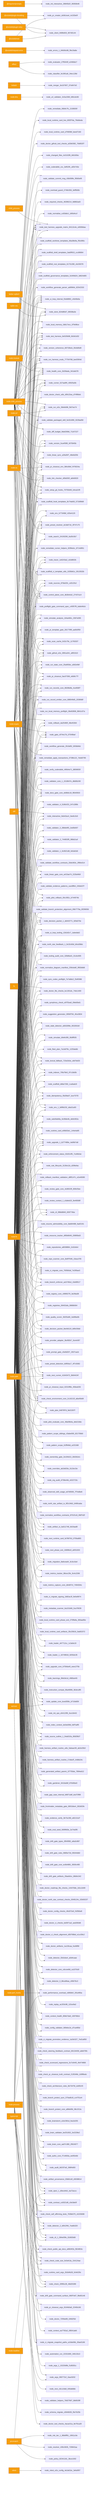
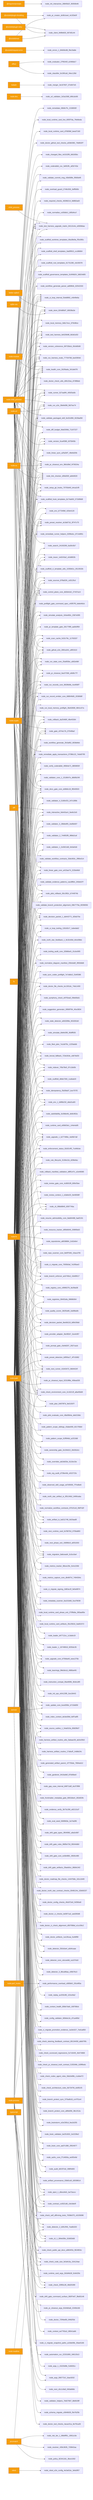
graph LR
  ext_inquirer_prompts_4d547149["@inquirer/prompts"] --> node_init_interactive_28845b2f_39350b46
  ext_octokit_plugin_retry_c9aecc53["@octokit/plugin-retry"] --> node_client_948fe603_907d5144
  ext_octokit_plugin_throttling_7909ece3["@octokit/plugin-throttling"] --> node_client_948fe603_907d5144
  ext_octokit_plugin_throttling_7909ece3["@octokit/plugin-throttling"] --> node_pr_creator_dc6b1ea4_4c333e0f
  ext_octokit_request_error_98ae13cc["@octokit/request-error"] --> node_errors_1_84b56c88_f9e19a8e
  ext_octokit_rest_c6e4d192["@octokit/rest"] --> node_client_948fe603_907d5144
  ext_octokit_rest_c6e4d192["@octokit/rest"] --> node_pr_creator_dc6b1ea4_4c333e0f
  ext_better_sqlite3_d7ed8f1a["better-sqlite3"] --> node_store_824d80d7_69038a3e
  ext_child_process_4845fa97["child_process"] --> node_test_harness_upgrade_matrix_84113c4e_e0838daa
  ext_diff_75a0ee1b["diff"] --> node_interactive_0eb42ac4_3ee6c3c6
  ext_effect_68d1dae1["effect"] --> node_classifier_fe1991a9_34ec128d
  ext_effect_68d1dae1["effect"] --> node_evaluator_27f6343f_e2466dc7
  ext_fs_3f4bb586["fs"] --> node_doctor_file_checks_bc1301dc_74dc1400
  ext_lodash_901466a5["lodash"] --> node_merger_3e167607_07e847e5
  ext_node_child_process_f62b7d19["node:child_process"] --> node_branch_enforcer_acb749cd_10e89517
  ext_node_child_process_f62b7d19["node:child_process"] --> node_changed_files_4c0102f6_bfd165bc
  ext_node_child_process_f62b7d19["node:child_process"] --> node_check_environment_core_2c16213f_a8a456d9
  ext_node_child_process_f62b7d19["node:child_process"] --> node_ci_migrate_core_7005b5af_7e295ae3
  ext_node_child_process_f62b7d19["node:child_process"] --> node_control_plane_core_db3b4cb2_27437a14
  ext_node_child_process_f62b7d19["node:child_process"] --> node_diff_budget_9da0268d_71167227
  ext_node_child_process_f62b7d19["node:child_process"] --> node_docs_gate_core_eb9b6c18_f8540503
  ext_node_child_process_f62b7d19["node:child_process"] --> node_doctor_check_utils_d0fc22ea_d74f86eb
  ext_node_child_process_f62b7d19["node:child_process"] --> node_doctor_github_tool_checks_a53b0382_76d832f7
  ext_node_child_process_f62b7d19["node:child_process"] --> node_github_e2e_2891a341_af6f1610
  ext_node_child_process_f62b7d19["node:child_process"] --> node_health_core_2b2fdada_341de678
  ext_node_child_process_f62b7d19["node:child_process"] --> node_linear_gate_core_a415ae74_222bd4b9
  ext_node_child_process_f62b7d19["node:child_process"] --> node_link_checker_d0fa555f_abfe9020
  ext_node_child_process_f62b7d19["node:child_process"] --> node_local_memory_0db17ecc_97fe98ce
  ext_node_child_process_f62b7d19["node:child_process"] --> node_local_runtime_card_d7fd59bf_beed7160
  ext_node_child_process_f62b7d19["node:child_process"] --> node_local_runtime_card_live_65f2f7da_7feb6eda
  ext_node_child_process_f62b7d19["node:child_process"] --> node_next_runner_41643472_9b94424f
  ext_node_child_process_f62b7d19["node:child_process"] --> node_pr_closeout_0ac07306_e8d9c77f
  ext_node_child_process_f62b7d19["node:child_process"] --> node_pr_closeout_env_9bfcd9ef_f476024a
  ext_node_child_process_f62b7d19["node:child_process"] --> node_remediate_06b9c7fc_2158505f
  ext_node_child_process_f62b7d19["node:child_process"] --> node_run_e2e_39efe696_fb07ee74
  ext_node_child_process_f62b7d19["node:child_process"] --> node_run_harness_evals_77704768_ba42904d
  ext_node_child_process_f62b7d19["node:child_process"] --> node_runner_527aa9f4_40925a5b
  ext_node_child_process_f62b7d19["node:child_process"] --> node_scaffold_hook_templates_8c74ab50_572d99d9
  ext_node_child_process_f62b7d19["node:child_process"] --> node_search_24193290_6a30c5b7
  ext_node_child_process_f62b7d19["node:child_process"] --> node_setup_git_hooks_70750d40_b4ca2cf9
  ext_node_child_process_f62b7d19["node:child_process"] --> node_test_harness_6e520b98_6b3d1d32
  ext_node_child_process_f62b7d19["node:child_process"] --> node_test_harness_upgrade_matrix_84113c4e_e0838daa
  ext_node_child_process_f62b7d19["node:child_process"] --> node_ui_loop_internal_f2eb8892_c4b49e6a
  ext_node_child_process_f62b7d19["node:child_process"] --> node_validate_commit_msg_43b008fe_f9560ef9
  ext_node_child_process_f62b7d19["node:child_process"] --> node_validate_packaged_skill_5e32c890_9228ad58
  ext_node_child_process_f62b7d19["node:child_process"] --> node_version_coherence_69733bcb_00c8d5d9
  ext_node_crypto_c7dfc512["node:crypto"] --> node_artifact_io_ba511748_6d1faad8
  ext_node_crypto_c7dfc512["node:crypto"] --> node_check_environment_core_2c16213f_a8a456d9
  ext_node_crypto_c7dfc512["node:crypto"] --> node_ci_migrate_signing_2d82ac3f_9e5e8974
  ext_node_crypto_c7dfc512["node:crypto"] --> node_control_plane_core_db3b4cb2_27437a14
  ext_node_crypto_c7dfc512["node:crypto"] --> node_decision_packet_1_dd443771_92fa570e
  ext_node_crypto_c7dfc512["node:crypto"] --> node_decision_packet_8ee9d119_b89c59dd
  ext_node_crypto_c7dfc512["node:crypto"] --> node_docs_gate_core_eb9b6c18_f8540503
  ext_node_crypto_c7dfc512["node:crypto"] --> node_enforcement_status_92d314f5_7cd48cbe
  ext_node_crypto_c7dfc512["node:crypto"] --> node_env_b77349bf_420e4120
  ext_node_crypto_c7dfc512["node:crypto"] --> node_gate_c974e17b_07549baf
  ext_node_crypto_c7dfc512["node:crypto"] --> node_idempotency_f5d39a07_bce757f2
  ext_node_crypto_c7dfc512["node:crypto"] --> node_indexer_70fa78e5_97c1bb0b
  ext_node_crypto_c7dfc512["node:crypto"] --> node_lexical_fallback_723e2b3e_cdb7bd33
  ext_node_crypto_c7dfc512["node:crypto"] --> node_linear_sync_a2fa2bf7_48e6d20b
  ext_node_crypto_c7dfc512["node:crypto"] --> node_link_checker_d0fa555f_abfe9020
  ext_node_crypto_c7dfc512["node:crypto"] --> node_migration_8a6cead4_3c3cc0a4
  ext_node_crypto_c7dfc512["node:crypto"] --> node_normalise_cc83ddc1_b95d4ccf
  ext_node_crypto_c7dfc512["node:crypto"] --> node_normalize_diagram_manifest_259cbddf_3f92b8d6
  ext_node_crypto_c7dfc512["node:crypto"] --> node_north_star_feedback_1_9c32c60d_b0cd38dc
  ext_node_crypto_c7dfc512["node:crypto"] --> node_pilot_rollback_00c1f82c_b744974b
  ext_node_crypto_c7dfc512["node:crypto"] --> node_preset_resolver_dc3dd716_3f747c75
  ext_node_crypto_c7dfc512["node:crypto"] --> node_remediate_apply_transactions_0738b122_7ebd0795
  ext_node_crypto_c7dfc512["node:crypto"] --> node_required_checks_46396214_9d882ad3
  ext_node_crypto_c7dfc512["node:crypto"] --> node_rollback_da25480f_48e45364
  ext_node_crypto_c7dfc512["node:crypto"] --> node_run_record_emitter_core_688049d5_2036fd6f
  ext_node_crypto_c7dfc512["node:crypto"] --> node_run_records_core_89286dfa_4ce958f7
  ext_node_crypto_c7dfc512["node:crypto"] --> node_run_state_core_25a955bc_a562e9bf
  ext_node_crypto_c7dfc512["node:crypto"] --> node_scan_cache_fc02c79c_11793337
  ext_node_crypto_c7dfc512["node:crypto"] --> node_simulate_analysis_164a460c_2367e095
  ext_node_crypto_c7dfc512["node:crypto"] --> node_sources_878a52fc_cd312fcd
  ext_node_crypto_c7dfc512["node:crypto"] --> node_test_harness_upgrade_matrix_84113c4e_e0838daa
  ext_node_crypto_c7dfc512["node:crypto"] --> node_tracer_1e6243a2_cb3d802b
  ext_node_crypto_c7dfc512["node:crypto"] --> node_ui_loop_internal_f2eb8892_c4b49e6a
  ext_node_crypto_c7dfc512["node:crypto"] --> node_upgrade_1_b277486e_4a06b7a8
  ext_node_dns_828a0bbf["node:dns"] --> node_url_validator_3c5a1568_b9b1dc66
  ext_node_fs_a15b7d96["node:fs"] --> node_artifact_io_ba511748_6d1faad8
  ext_node_fs_a15b7d96["node:fs"] --> node_artifact_provenance_03b81cbf_d3038614
  ext_node_fs_a15b7d96["node:fs"] --> node_audit_b81f37a0_398f4d93
  ext_node_fs_a15b7d96["node:fs"] --> node_authz_core_f714650a_ee0f2e9d
  ext_node_fs_a15b7d96["node:fs"] --> node_brain_core_aa07c380_2f924977
  ext_node_fs_a15b7d96["node:fs"] --> node_brain_validator_be251832_2e2228e2
  ext_node_fs_a15b7d96["node:fs"] --> node_brainstorm_e2e2381d_fea1b255
  ext_node_fs_a15b7d96["node:fs"] --> node_branch_enforcer_acb749cd_10e89517
  ext_node_fs_a15b7d96["node:fs"] --> node_branch_protect_core_a8feb0fd_38c1f12a
  ext_node_fs_a15b7d96["node:fs"] --> node_branch_protect_sync_570adb18_cc4751e4
  ext_node_fs_a15b7d96["node:fs"] --> node_check_20f65c28_48d25399
  ext_node_fs_a15b7d96["node:fs"] --> node_check_architecture_rules_6b7347fd_dc8f2cf3
  ext_node_fs_a15b7d96["node:fs"] --> node_check_code_size_9c5efc3a_154124ae
+   ext_node_fs_a15b7d96["node:fs"] --> node_check_codex_agent_roles_5bb2e89b_c1a9a472
  ext_node_fs_a15b7d96["node:fs"] --> node_check_environment_core_2c16213f_a8a456d9
  ext_node_fs_a15b7d96["node:fs"] --> node_check_pr_closeout_truth_contract_f135348c_b39f6edc
  ext_node_fs_a15b7d96["node:fs"] --> node_check_public_api_docs_a9604f1b_f824853c
  ext_node_fs_a15b7d96["node:fs"] --> node_check_scorecard_regressions_5c7c6445_4b474868
  ext_node_fs_a15b7d96["node:fs"] --> node_check_self_affirming_tests_7638e575_c6155698
  ext_node_fs_a15b7d96["node:fs"] --> node_check_steering_feedback_contract_80134459_abb076fc
  ext_node_fs_a15b7d96["node:fs"] --> node_ci_migrate_core_7005b5af_7e295ae3
  ext_node_fs_a15b7d96["node:fs"] --> node_ci_migrate_promotion_evidence_1a2dc527_7ed1a850
  ext_node_fs_a15b7d96["node:fs"] --> node_cli_1_084e05fe_02d92b68
  ext_node_fs_a15b7d96["node:fs"] --> node_cli_99bb8840_659774ba
  ext_node_fs_a15b7d96["node:fs"] --> node_config_validator_669ebc2e_d7ca485d
  ext_node_fs_a15b7d96["node:fs"] --> node_context_health_80bb7da9_169768cb
  ext_node_fs_a15b7d96["node:fs"] --> node_contract_cc8321d6_c0e3de0f
  ext_node_fs_a15b7d96["node:fs"] --> node_control_plane_core_db3b4cb2_27437a14
  ext_node_fs_a15b7d96["node:fs"] --> node_decision_packet_1_dd443771_92fa570e
  ext_node_fs_a15b7d96["node:fs"] --> node_decision_packet_8ee9d119_b89c59dd
  ext_node_fs_a15b7d96["node:fs"] --> node_detector_2_b0fc2f46_7ea6b320
  ext_node_fs_a15b7d96["node:fs"] --> node_detector_3_86ca96aa_c95676c3
  ext_node_fs_a15b7d96["node:fs"] --> node_detector_core_cdccee8d_ca107dc8
  ext_node_fs_a15b7d96["node:fs"] --> node_detector_f2b3cbe4_a0d4caae
  ext_node_fs_a15b7d96["node:fs"] --> node_diff_budget_9da0268d_71167227
  ext_node_fs_a15b7d96["node:fs"] --> node_docs_gate_core_eb9b6c18_f8540503
  ext_node_fs_a15b7d96["node:fs"] --> node_doctor_artifacts_1a126caa_fcefdf99
  ext_node_fs_a15b7d96["node:fs"] --> node_doctor_check_utils_d0fc22ea_d74f86eb
  ext_node_fs_a15b7d96["node:fs"] --> node_doctor_ci_check_alignment_d50768bd_e1cc59c2
  ext_node_fs_a15b7d96["node:fs"] --> node_doctor_ci_checks_bd3971a2_aed260d6
  ext_node_fs_a15b7d96["node:fs"] --> node_doctor_config_checks_49c872e0_f42fb5e8
  ext_node_fs_a15b7d96["node:fs"] --> node_doctor_file_checks_bc1301dc_74dc1400
  ext_node_fs_a15b7d96["node:fs"] --> node_doctor_north_star_contract_checks_0048124c_02b00237
  ext_node_fs_a15b7d96["node:fs"] --> node_doctor_roadmap_file_checks_14447b8e_2d1c2d49
  ext_node_fs_a15b7d96["node:fs"] --> node_drift_gate_artifacts_29aeb0cc_86b9c342
  ext_node_fs_a15b7d96["node:fs"] --> node_drift_gate_core_ec6b4881_9500c485
  ext_node_fs_a15b7d96["node:fs"] --> node_drift_gate_rules_9685e72d_95044db0
  ext_node_fs_a15b7d96["node:fs"] --> node_drift_gate_types_3f045f82_a9a3c987
  ext_node_fs_a15b7d96["node:fs"] --> node_eject_1_d0ecd4d1_ba72accc
  ext_node_fs_a15b7d96["node:fs"] --> node_enforcement_status_92d314f5_7cd48cbe
  ext_node_fs_a15b7d96["node:fs"] --> node_env_1_b6f6b232_dda31a93
  ext_node_fs_a15b7d96["node:fs"] --> node_env_b77349bf_420e4120
  ext_node_fs_a15b7d96["node:fs"] --> node_eval_seed_5699fd3e_2a74a5f6
  ext_node_fs_a15b7d96["node:fs"] --> node_evidence_verify_3b73c290_e82131d7
  ext_node_fs_a15b7d96["node:fs"] --> node_fleet_plan_7a1dd79c_1225abdb
  ext_node_fs_a15b7d96["node:fs"] --> node_frontmatter_metadata_gate_6901bbe4_282d02fe
  ext_node_fs_a15b7d96["node:fs"] --> node_gap_case_internal_b9871ddf_dcd73f98
  ext_node_fs_a15b7d96["node:fs"] --> node_gardener_9416a9df_87b06be0
  ext_node_fs_a15b7d96["node:fs"] --> node_gate_c974e17b_07549baf
  ext_node_fs_a15b7d96["node:fs"] --> node_generated_artifact_parent_1f7755de_7894ed12
  ext_node_fs_a15b7d96["node:fs"] --> node_github_e2e_2891a341_af6f1610
  ext_node_fs_a15b7d96["node:fs"] --> node_harness_artifact_routine_17afacff_14dbb24c
  ext_node_fs_a15b7d96["node:fs"] --> node_harness_artifact_routine_utils_5abaac59_ab2e20b3
  ext_node_fs_a15b7d96["node:fs"] --> node_health_core_2b2fdada_341de678
  ext_node_fs_a15b7d96["node:fs"] --> node_idempotency_f5d39a07_bce757f2
  ext_node_fs_a15b7d96["node:fs"] --> node_index_context_de3ed39d_6df7adf5
  ext_node_fs_a15b7d96["node:fs"] --> node_indexer_70fa78e5_97c1bb0b
  ext_node_fs_a15b7d96["node:fs"] --> node_init_ops_e54123f9_3ce18443
  ext_node_fs_a15b7d96["node:fs"] --> node_instruction_compat_06a469fd_3b3e1df0
  ext_node_fs_a15b7d96["node:fs"] --> node_interactive_0eb42ac4_3ee6c3c6
  ext_node_fs_a15b7d96["node:fs"] --> node_learnings_9feb3e1d_4980a445
  ext_node_fs_a15b7d96["node:fs"] --> node_lexical_fallback_723e2b3e_cdb7bd33
  ext_node_fs_a15b7d96["node:fs"] --> node_linear_gate_core_a415ae74_222bd4b9
  ext_node_fs_a15b7d96["node:fs"] --> node_linear_sync_a2fa2bf7_48e6d20b
  ext_node_fs_a15b7d96["node:fs"] --> node_link_checker_d0fa555f_abfe9020
  ext_node_fs_a15b7d96["node:fs"] --> node_loader_1_16749818_9255dc35
  ext_node_fs_a15b7d96["node:fs"] --> node_loader_d47712cc_1c3a0e19
  ext_node_fs_a15b7d96["node:fs"] --> node_local_memory_0db17ecc_97fe98ce
  ext_node_fs_a15b7d96["node:fs"] --> node_local_runtime_card_artifacts_35c25816_0ad02372
  ext_node_fs_a15b7d96["node:fs"] --> node_local_runtime_card_phase_exit_275ffa9a_383aa95e
  ext_node_fs_a15b7d96["node:fs"] --> node_metadata_scanner_6a101b66_5ca79039
  ext_node_fs_a15b7d96["node:fs"] --> node_metrics_capture_core_db4bf7cf_7494304c
  ext_node_fs_a15b7d96["node:fs"] --> node_metrics_tracker_98cec29c_9c4c2266
  ext_node_fs_a15b7d96["node:fs"] --> node_migration_8a6cead4_3c3cc0a4
  ext_node_fs_a15b7d96["node:fs"] --> node_next_phase_exit_1fd996c9_a5f31003
  ext_node_fs_a15b7d96["node:fs"] --> node_next_runner_41643472_9b94424f
  ext_node_fs_a15b7d96["node:fs"] --> node_next_runtime_card_fa7867b3_0756a883
  ext_node_fs_a15b7d96["node:fs"] --> node_normalize_diagram_manifest_259cbddf_3f92b8d6
  ext_node_fs_a15b7d96["node:fs"] --> node_normalize_workflow_contracts_8701f1c8_0fdf7d2f
  ext_node_fs_a15b7d96["node:fs"] --> node_north_star_artifact_io_9f2c34b2_6490caba
  ext_node_fs_a15b7d96["node:fs"] --> node_north_star_feedback_1_9c32c60d_b0cd38dc
  ext_node_fs_a15b7d96["node:fs"] --> node_observed_skill_usage_ed7d5930_7f7edbe6
  ext_node_fs_a15b7d96["node:fs"] --> node_org_audit_d739e44b_e522723c
  ext_node_fs_a15b7d96["node:fs"] --> node_overrides_ab2dd33e_6115e15e
  ext_node_fs_a15b7d96["node:fs"] --> node_ownership_gate_2e194d13_2b02b2e1
  ext_node_fs_a15b7d96["node:fs"] --> node_pattern_scope_61ff946d_a1f21fd8
  ext_node_fs_a15b7d96["node:fs"] --> node_pattern_scope_siblings_43abe000_821756b0
  ext_node_fs_a15b7d96["node:fs"] --> node_pilot_evaluate_core_48a59b4a_deb218dc
  ext_node_fs_a15b7d96["node:fs"] --> node_pilot_rollback_00c1f82c_b744974b
  ext_node_fs_a15b7d96["node:fs"] --> node_plan_64879f7d_9e01597f
  ext_node_fs_a15b7d96["node:fs"] --> node_pr_closeout_0ac07306_e8d9c77f
  ext_node_fs_a15b7d96["node:fs"] --> node_pr_closeout_env_9bfcd9ef_f476024a
  ext_node_fs_a15b7d96["node:fs"] --> node_pr_closeout_input_02319f8e_456ea535
  ext_node_fs_a15b7d96["node:fs"] --> node_pr_template_gate_281778f9_aa0b3f59
  ext_node_fs_a15b7d96["node:fs"] --> node_preflight_gate_command_spec_c45f57f0_bdeb46cb
  ext_node_fs_a15b7d96["node:fs"] --> node_preset_detection_b0f00a17_4f7c5082
  ext_node_fs_a15b7d96["node:fs"] --> node_preset_resolver_dc3dd716_3f747c75
  ext_node_fs_a15b7d96["node:fs"] --> node_prompt_gate_c5e9d207_2927cacb
  ext_node_fs_a15b7d96["node:fs"] --> node_provider_adapter_3bcf82b7_3ce4cf67
  ext_node_fs_a15b7d96["node:fs"] --> node_quality_scorer_362f2a90_2a086a0b
  ext_node_fs_a15b7d96["node:fs"] --> node_registries_06402afa_0868b564
  ext_node_fs_a15b7d96["node:fs"] --> node_registry_core_c9990279_3e2fda38
  ext_node_fs_a15b7d96["node:fs"] --> node_remediate_apply_transactions_0738b122_7ebd0795
  ext_node_fs_a15b7d96["node:fs"] --> node_remediate_runner_helpers_929fedcc_8714d951
  ext_node_fs_a15b7d96["node:fs"] --> node_repo_scanner_core_8e9f7646_10aca705
  ext_node_fs_a15b7d96["node:fs"] --> node_repositories_a8038884_2c62efe4
  ext_node_fs_a15b7d96["node:fs"] --> node_resource_tracker_d95b6649_20895bd3
  ext_node_fs_a15b7d96["node:fs"] --> node_resume_admissibility_core_8ab84488_faaf2191
  ext_node_fs_a15b7d96["node:fs"] --> node_review_context_1_e3afed15_9e46568f
  ext_node_fs_a15b7d96["node:fs"] --> node_review_gate_core_4c8001f9_809cf3ee
  ext_node_fs_a15b7d96["node:fs"] --> node_rollback_da25480f_48e45364
  ext_node_fs_a15b7d96["node:fs"] --> node_rollback_manifest_validation_d8f5147c_e2e46585
  ext_node_fs_a15b7d96["node:fs"] --> node_rule_lifecycle_3130e11b_d296efac
  ext_node_fs_a15b7d96["node:fs"] --> node_run_e2e_39efe696_fb07ee74
  ext_node_fs_a15b7d96["node:fs"] --> node_run_harness_evals_77704768_ba42904d
  ext_node_fs_a15b7d96["node:fs"] --> node_run_record_emitter_core_688049d5_2036fd6f
  ext_node_fs_a15b7d96["node:fs"] --> node_run_records_core_89286dfa_4ce958f7
  ext_node_fs_a15b7d96["node:fs"] --> node_run_state_core_25a955bc_a562e9bf
  ext_node_fs_a15b7d96["node:fs"] --> node_runner_527aa9f4_40925a5b
  ext_node_fs_a15b7d96["node:fs"] --> node_runtime_card_e06b53e1_144e4a95
  ext_node_fs_a15b7d96["node:fs"] --> node_satisfiability_6c08de4b_de8c902a
  ext_node_fs_a15b7d96["node:fs"] --> node_scaffold_ci_template_utils_1035b61c_0513532b
  ext_node_fs_a15b7d96["node:fs"] --> node_scaffold_db8a7260_1ca6adc9
  ext_node_fs_a15b7d96["node:fs"] --> node_scaffold_governance_templates_5c949d24_3d624d65
  ext_node_fs_a15b7d96["node:fs"] --> node_scaffold_hook_templates_8c74ab50_572d99d9
  ext_node_fs_a15b7d96["node:fs"] --> node_scaffold_root_templates_61731280_c6c59378
  ext_node_fs_a15b7d96["node:fs"] --> node_scaffold_shell_templates_0ad0f915_ccc86664
  ext_node_fs_a15b7d96["node:fs"] --> node_scaffold_worktree_templates_66a38e9a_ff3c085c
  ext_node_fs_a15b7d96["node:fs"] --> node_scan_cache_fc02c79c_11793337
  ext_node_fs_a15b7d96["node:fs"] --> node_setup_git_hooks_70750d40_b4ca2cf9
  ext_node_fs_a15b7d96["node:fs"] --> node_simulate_analysis_164a460c_2367e095
  ext_node_fs_a15b7d96["node:fs"] --> node_simulate_b9efe395_90dff935
  ext_node_fs_a15b7d96["node:fs"] --> node_source_outline_1_54a631fa_8582fb07
  ext_node_fs_a15b7d96["node:fs"] --> node_sources_878a52fc_cd312fcd
  ext_node_fs_a15b7d96["node:fs"] --> node_stale_detector_a563289e_653281b0
  ext_node_fs_a15b7d96["node:fs"] --> node_store_824d80d7_69038a3e
  ext_node_fs_a15b7d96["node:fs"] --> node_suggestion_generator_0956f794_4fce3834
  ext_node_fs_a15b7d96["node:fs"] --> node_symphony_check_e97f2ea0_09eb5bd1
  ext_node_fs_a15b7d96["node:fs"] --> node_sync_codex_preflight_7e7a8dc2_f2ef0386
  ext_node_fs_a15b7d96["node:fs"] --> node_test_harness_6e520b98_6b3d1d32
  ext_node_fs_a15b7d96["node:fs"] --> node_test_harness_upgrade_matrix_84113c4e_e0838daa
  ext_node_fs_a15b7d96["node:fs"] --> node_tooling_audit_core_328d6a41_01cbc905
  ext_node_fs_a15b7d96["node:fs"] --> node_tracer_1e6243a2_cb3d802b
  ext_node_fs_a15b7d96["node:fs"] --> node_ui_loop_internal_f2eb8892_c4b49e6a
  ext_node_fs_a15b7d96["node:fs"] --> node_ui_loop_tooling_12b2d2c7_1abedab2
  ext_node_fs_a15b7d96["node:fs"] --> node_update_core_bced358c_b710dd59
  ext_node_fs_a15b7d96["node:fs"] --> node_upgrade_1_b277486e_4a06b7a8
  ext_node_fs_a15b7d96["node:fs"] --> node_upgrade_core_b759da40_eeec275b
  ext_node_fs_a15b7d96["node:fs"] --> node_validate_branch_protection_alignment_09b7779a_6f299056
  ext_node_fs_a15b7d96["node:fs"] --> node_validate_commit_msg_43b008fe_f9560ef9
  ext_node_fs_a15b7d96["node:fs"] --> node_validate_evidence_patterns_cacd9fb4_240eb37f
  ext_node_fs_a15b7d96["node:fs"] --> node_validate_packaged_skill_5e32c890_9228ad58
  ext_node_fs_a15b7d96["node:fs"] --> node_validate_workflow_contracts_33dc063c_2f80e314
  ext_node_fs_a15b7d96["node:fs"] --> node_validator_1_0c0621d8_0e5afcb6
  ext_node_fs_a15b7d96["node:fs"] --> node_validator_2_744853f5_98bb2caf
  ext_node_fs_a15b7d96["node:fs"] --> node_validator_3_28b6e9f3_2ed5b007
  ext_node_fs_a15b7d96["node:fs"] --> node_validator_4_5180cf23_247c289b
  ext_node_fs_a15b7d96["node:fs"] --> node_validator_core_1_1518647e_d8d0b249
  ext_node_fs_a15b7d96["node:fs"] --> node_verify_coderabbit_490b4e71_8859655f
  ext_node_fs_a15b7d96["node:fs"] --> node_version_5ca4f385_fd75945b
  ext_node_fs_a15b7d96["node:fs"] --> node_version_coherence_69733bcb_00c8d5d9
  ext_node_fs_a15b7d96["node:fs"] --> node_workflow_generate_2fc0af62_803bbfeb
  ext_node_fs_a15b7d96["node:fs"] --> node_workflow_generate_parser_ad69fefe_62542333
  ext_node_module_ca1b42af["node:module"] --> node_health_core_2b2fdada_341de678
  ext_node_os_d93fe73a["node:os"] --> node_env_1_b6f6b232_dda31a93
  ext_node_os_d93fe73a["node:os"] --> node_github_e2e_2891a341_af6f1610
  ext_node_os_d93fe73a["node:os"] --> node_link_checker_d0fa555f_abfe9020
  ext_node_os_d93fe73a["node:os"] --> node_overload_guard_2748c559_3eff560b
  ext_node_os_d93fe73a["node:os"] --> node_performance_overload_c685bfcf_291ef65a
  ext_node_os_d93fe73a["node:os"] --> node_pr_closeout_env_9bfcd9ef_f476024a
  ext_node_os_d93fe73a["node:os"] --> node_runner_527aa9f4_40925a5b
  ext_node_os_d93fe73a["node:os"] --> node_test_harness_6e520b98_6b3d1d32
  ext_node_os_d93fe73a["node:os"] --> node_test_harness_upgrade_matrix_84113c4e_e0838daa
  ext_node_path_78811c13["node:path"] --> node_args_090772cf_1bac9202
  ext_node_path_78811c13["node:path"] --> node_args_1_15220d9b_f1d9281c
  ext_node_path_78811c13["node:path"] --> node_artifact_io_ba511748_6d1faad8
  ext_node_path_78811c13["node:path"] --> node_artifact_provenance_03b81cbf_d3038614
  ext_node_path_78811c13["node:path"] --> node_audit_b81f37a0_398f4d93
  ext_node_path_78811c13["node:path"] --> node_authz_core_f714650a_ee0f2e9d
  ext_node_path_78811c13["node:path"] --> node_automation_run_22331800_346133c3
  ext_node_path_78811c13["node:path"] --> node_brain_core_aa07c380_2f924977
  ext_node_path_78811c13["node:path"] --> node_brain_validator_be251832_2e2228e2
  ext_node_path_78811c13["node:path"] --> node_brainstorm_e2e2381d_fea1b255
  ext_node_path_78811c13["node:path"] --> node_branch_enforcer_acb749cd_10e89517
  ext_node_path_78811c13["node:path"] --> node_branch_protect_core_a8feb0fd_38c1f12a
  ext_node_path_78811c13["node:path"] --> node_branch_protect_sync_570adb18_cc4751e4
  ext_node_path_78811c13["node:path"] --> node_check_20f65c28_48d25399
  ext_node_path_78811c13["node:path"] --> node_check_architecture_rules_6b7347fd_dc8f2cf3
  ext_node_path_78811c13["node:path"] --> node_check_code_size_9c5efc3a_154124ae
+   ext_node_path_78811c13["node:path"] --> node_check_codex_agent_roles_5bb2e89b_c1a9a472
  ext_node_path_78811c13["node:path"] --> node_check_environment_core_2c16213f_a8a456d9
  ext_node_path_78811c13["node:path"] --> node_check_pr_closeout_truth_contract_f135348c_b39f6edc
  ext_node_path_78811c13["node:path"] --> node_check_public_api_docs_a9604f1b_f824853c
  ext_node_path_78811c13["node:path"] --> node_check_scorecard_regressions_5c7c6445_4b474868
  ext_node_path_78811c13["node:path"] --> node_check_self_affirming_tests_7638e575_c6155698
  ext_node_path_78811c13["node:path"] --> node_check_steering_feedback_contract_80134459_abb076fc
  ext_node_path_78811c13["node:path"] --> node_ci_migrate_core_7005b5af_7e295ae3
  ext_node_path_78811c13["node:path"] --> node_ci_migrate_promotion_evidence_1a2dc527_7ed1a850
  ext_node_path_78811c13["node:path"] --> node_ci_migrate_snapshot_paths_a10de06b_30ae5166
  ext_node_path_78811c13["node:path"] --> node_cli_1_084e05fe_02d92b68
  ext_node_path_78811c13["node:path"] --> node_cli_99bb8840_659774ba
  ext_node_path_78811c13["node:path"] --> node_config_validator_669ebc2e_d7ca485d
  ext_node_path_78811c13["node:path"] --> node_context_ea7792a2_08541ab6
  ext_node_path_78811c13["node:path"] --> node_context_health_80bb7da9_169768cb
  ext_node_path_78811c13["node:path"] --> node_contract_cc8321d6_c0e3de0f
  ext_node_path_78811c13["node:path"] --> node_control_plane_core_db3b4cb2_27437a14
  ext_node_path_78811c13["node:path"] --> node_decision_packet_1_dd443771_92fa570e
  ext_node_path_78811c13["node:path"] --> node_decision_packet_8ee9d119_b89c59dd
  ext_node_path_78811c13["node:path"] --> node_detector_2_b0fc2f46_7ea6b320
  ext_node_path_78811c13["node:path"] --> node_detector_3_86ca96aa_c95676c3
  ext_node_path_78811c13["node:path"] --> node_detector_core_cdccee8d_ca107dc8
  ext_node_path_78811c13["node:path"] --> node_detector_f2b3cbe4_a0d4caae
  ext_node_path_78811c13["node:path"] --> node_docs_gate_core_eb9b6c18_f8540503
  ext_node_path_78811c13["node:path"] --> node_doctor_72f4be89_04fd2f3d
  ext_node_path_78811c13["node:path"] --> node_doctor_artifacts_1a126caa_fcefdf99
  ext_node_path_78811c13["node:path"] --> node_doctor_ci_check_alignment_d50768bd_e1cc59c2
  ext_node_path_78811c13["node:path"] --> node_doctor_ci_checks_bd3971a2_aed260d6
  ext_node_path_78811c13["node:path"] --> node_doctor_config_checks_49c872e0_f42fb5e8
  ext_node_path_78811c13["node:path"] --> node_doctor_file_checks_bc1301dc_74dc1400
  ext_node_path_78811c13["node:path"] --> node_doctor_north_star_contract_checks_0048124c_02b00237
  ext_node_path_78811c13["node:path"] --> node_doctor_roadmap_file_checks_14447b8e_2d1c2d49
  ext_node_path_78811c13["node:path"] --> node_drift_gate_artifacts_29aeb0cc_86b9c342
  ext_node_path_78811c13["node:path"] --> node_drift_gate_command_surface_060f7e67_f8e83146
  ext_node_path_78811c13["node:path"] --> node_drift_gate_core_ec6b4881_9500c485
  ext_node_path_78811c13["node:path"] --> node_drift_gate_rules_9685e72d_95044db0
  ext_node_path_78811c13["node:path"] --> node_drift_gate_types_3f045f82_a9a3c987
  ext_node_path_78811c13["node:path"] --> node_eject_1_d0ecd4d1_ba72accc
  ext_node_path_78811c13["node:path"] --> node_enforcement_status_92d314f5_7cd48cbe
  ext_node_path_78811c13["node:path"] --> node_env_1_b6f6b232_dda31a93
  ext_node_path_78811c13["node:path"] --> node_eval_seed_5699fd3e_2a74a5f6
  ext_node_path_78811c13["node:path"] --> node_evidence_verify_3b73c290_e82131d7
  ext_node_path_78811c13["node:path"] --> node_frontmatter_metadata_gate_6901bbe4_282d02fe
  ext_node_path_78811c13["node:path"] --> node_gap_case_internal_b9871ddf_dcd73f98
  ext_node_path_78811c13["node:path"] --> node_gardener_9416a9df_87b06be0
  ext_node_path_78811c13["node:path"] --> node_gate_c974e17b_07549baf
  ext_node_path_78811c13["node:path"] --> node_generated_artifact_parent_1f7755de_7894ed12
  ext_node_path_78811c13["node:path"] --> node_github_e2e_2891a341_af6f1610
  ext_node_path_78811c13["node:path"] --> node_harness_artifact_routine_17afacff_14dbb24c
  ext_node_path_78811c13["node:path"] --> node_harness_artifact_routine_utils_5abaac59_ab2e20b3
  ext_node_path_78811c13["node:path"] --> node_health_core_2b2fdada_341de678
  ext_node_path_78811c13["node:path"] --> node_idempotency_f5d39a07_bce757f2
  ext_node_path_78811c13["node:path"] --> node_index_context_de3ed39d_6df7adf5
  ext_node_path_78811c13["node:path"] --> node_indexer_70fa78e5_97c1bb0b
  ext_node_path_78811c13["node:path"] --> node_init_ops_e54123f9_3ce18443
  ext_node_path_78811c13["node:path"] --> node_instruction_compat_06a469fd_3b3e1df0
  ext_node_path_78811c13["node:path"] --> node_interactive_0eb42ac4_3ee6c3c6
  ext_node_path_78811c13["node:path"] --> node_learnings_9feb3e1d_4980a445
  ext_node_path_78811c13["node:path"] --> node_lexical_fallback_723e2b3e_cdb7bd33
  ext_node_path_78811c13["node:path"] --> node_linear_gate_core_a415ae74_222bd4b9
  ext_node_path_78811c13["node:path"] --> node_link_checker_d0fa555f_abfe9020
  ext_node_path_78811c13["node:path"] --> node_loader_1_16749818_9255dc35
  ext_node_path_78811c13["node:path"] --> node_loader_d47712cc_1c3a0e19
  ext_node_path_78811c13["node:path"] --> node_local_runtime_card_artifacts_35c25816_0ad02372
  ext_node_path_78811c13["node:path"] --> node_local_runtime_card_phase_exit_275ffa9a_383aa95e
  ext_node_path_78811c13["node:path"] --> node_metadata_scanner_6a101b66_5ca79039
  ext_node_path_78811c13["node:path"] --> node_metrics_capture_core_db4bf7cf_7494304c
  ext_node_path_78811c13["node:path"] --> node_metrics_tracker_98cec29c_9c4c2266
  ext_node_path_78811c13["node:path"] --> node_migration_8a6cead4_3c3cc0a4
  ext_node_path_78811c13["node:path"] --> node_next_phase_exit_1fd996c9_a5f31003
  ext_node_path_78811c13["node:path"] --> node_next_runner_41643472_9b94424f
  ext_node_path_78811c13["node:path"] --> node_next_runtime_card_fa7867b3_0756a883
  ext_node_path_78811c13["node:path"] --> node_normalize_diagram_manifest_259cbddf_3f92b8d6
  ext_node_path_78811c13["node:path"] --> node_normalize_workflow_contracts_8701f1c8_0fdf7d2f
  ext_node_path_78811c13["node:path"] --> node_north_star_artifact_io_9f2c34b2_6490caba
  ext_node_path_78811c13["node:path"] --> node_north_star_feedback_1_9c32c60d_b0cd38dc
  ext_node_path_78811c13["node:path"] --> node_observed_skill_usage_ed7d5930_7f7edbe6
  ext_node_path_78811c13["node:path"] --> node_org_audit_d739e44b_e522723c
  ext_node_path_78811c13["node:path"] --> node_overrides_ab2dd33e_6115e15e
  ext_node_path_78811c13["node:path"] --> node_ownership_gate_2e194d13_2b02b2e1
  ext_node_path_78811c13["node:path"] --> node_pattern_scope_61ff946d_a1f21fd8
  ext_node_path_78811c13["node:path"] --> node_pattern_scope_siblings_43abe000_821756b0
  ext_node_path_78811c13["node:path"] --> node_pilot_evaluate_core_48a59b4a_deb218dc
  ext_node_path_78811c13["node:path"] --> node_pilot_rollback_00c1f82c_b744974b
  ext_node_path_78811c13["node:path"] --> node_plan_64879f7d_9e01597f
  ext_node_path_78811c13["node:path"] --> node_pr_closeout_0ac07306_e8d9c77f
  ext_node_path_78811c13["node:path"] --> node_pr_closeout_args_8164b0a8_2240b166
  ext_node_path_78811c13["node:path"] --> node_pr_closeout_env_9bfcd9ef_f476024a
  ext_node_path_78811c13["node:path"] --> node_pr_closeout_input_02319f8e_456ea535
  ext_node_path_78811c13["node:path"] --> node_preset_detection_b0f00a17_4f7c5082
  ext_node_path_78811c13["node:path"] --> node_preset_resolver_dc3dd716_3f747c75
  ext_node_path_78811c13["node:path"] --> node_prompt_gate_c5e9d207_2927cacb
  ext_node_path_78811c13["node:path"] --> node_provider_adapter_3bcf82b7_3ce4cf67
  ext_node_path_78811c13["node:path"] --> node_quality_scorer_362f2a90_2a086a0b
  ext_node_path_78811c13["node:path"] --> node_registries_06402afa_0868b564
  ext_node_path_78811c13["node:path"] --> node_registry_core_c9990279_3e2fda38
  ext_node_path_78811c13["node:path"] --> node_remediate_apply_transactions_0738b122_7ebd0795
  ext_node_path_78811c13["node:path"] --> node_replay_ac203c98_115ce9a2
  ext_node_path_78811c13["node:path"] --> node_repo_scanner_core_8e9f7646_10aca705
  ext_node_path_78811c13["node:path"] --> node_repositories_a8038884_2c62efe4
  ext_node_path_78811c13["node:path"] --> node_resource_tracker_d95b6649_20895bd3
  ext_node_path_78811c13["node:path"] --> node_resume_admissibility_core_8ab84488_faaf2191
  ext_node_path_78811c13["node:path"] --> node_review_context_1_e3afed15_9e46568f
  ext_node_path_78811c13["node:path"] --> node_review_gate_core_4c8001f9_809cf3ee
  ext_node_path_78811c13["node:path"] --> node_rollback_da25480f_48e45364
  ext_node_path_78811c13["node:path"] --> node_rollback_manifest_validation_d8f5147c_e2e46585
  ext_node_path_78811c13["node:path"] --> node_rule_lifecycle_3130e11b_d296efac
  ext_node_path_78811c13["node:path"] --> node_run_e2e_39efe696_fb07ee74
  ext_node_path_78811c13["node:path"] --> node_run_harness_evals_77704768_ba42904d
  ext_node_path_78811c13["node:path"] --> node_run_local_memory_preflight_36e92808_9841c57a
  ext_node_path_78811c13["node:path"] --> node_run_record_emitter_core_688049d5_2036fd6f
  ext_node_path_78811c13["node:path"] --> node_run_records_core_89286dfa_4ce958f7
  ext_node_path_78811c13["node:path"] --> node_run_state_core_25a955bc_a562e9bf
  ext_node_path_78811c13["node:path"] --> node_runner_527aa9f4_40925a5b
  ext_node_path_78811c13["node:path"] --> node_runtime_card_args_2b3d4b28_5cfe029c
  ext_node_path_78811c13["node:path"] --> node_runtime_card_e06b53e1_144e4a95
  ext_node_path_78811c13["node:path"] --> node_satisfiability_6c08de4b_de8c902a
  ext_node_path_78811c13["node:path"] --> node_scaffold_ci_template_utils_1035b61c_0513532b
  ext_node_path_78811c13["node:path"] --> node_scaffold_db8a7260_1ca6adc9
  ext_node_path_78811c13["node:path"] --> node_scaffold_hook_templates_8c74ab50_572d99d9
  ext_node_path_78811c13["node:path"] --> node_scan_cache_fc02c79c_11793337
  ext_node_path_78811c13["node:path"] --> node_search_24193290_6a30c5b7
  ext_node_path_78811c13["node:path"] --> node_setup_git_hooks_70750d40_b4ca2cf9
  ext_node_path_78811c13["node:path"] --> node_simulate_analysis_164a460c_2367e095
  ext_node_path_78811c13["node:path"] --> node_simulate_b9efe395_90dff935
  ext_node_path_78811c13["node:path"] --> node_source_outline_1_54a631fa_8582fb07
  ext_node_path_78811c13["node:path"] --> node_sources_878a52fc_cd312fcd
  ext_node_path_78811c13["node:path"] --> node_stale_detector_a563289e_653281b0
  ext_node_path_78811c13["node:path"] --> node_store_824d80d7_69038a3e
  ext_node_path_78811c13["node:path"] --> node_suggestion_generator_0956f794_4fce3834
  ext_node_path_78811c13["node:path"] --> node_symphony_check_e97f2ea0_09eb5bd1
  ext_node_path_78811c13["node:path"] --> node_sync_codex_preflight_7e7a8dc2_f2ef0386
  ext_node_path_78811c13["node:path"] --> node_test_harness_6e520b98_6b3d1d32
  ext_node_path_78811c13["node:path"] --> node_test_harness_upgrade_matrix_84113c4e_e0838daa
  ext_node_path_78811c13["node:path"] --> node_tooling_audit_core_328d6a41_01cbc905
  ext_node_path_78811c13["node:path"] --> node_tracer_1e6243a2_cb3d802b
  ext_node_path_78811c13["node:path"] --> node_ui_loop_internal_f2eb8892_c4b49e6a
  ext_node_path_78811c13["node:path"] --> node_ui_loop_tooling_12b2d2c7_1abedab2
  ext_node_path_78811c13["node:path"] --> node_update_core_bced358c_b710dd59
  ext_node_path_78811c13["node:path"] --> node_upgrade_1_b277486e_4a06b7a8
  ext_node_path_78811c13["node:path"] --> node_upgrade_core_b759da40_eeec275b
  ext_node_path_78811c13["node:path"] --> node_validate_branch_protection_alignment_09b7779a_6f299056
  ext_node_path_78811c13["node:path"] --> node_validate_evidence_patterns_cacd9fb4_240eb37f
  ext_node_path_78811c13["node:path"] --> node_validate_packaged_skill_5e32c890_9228ad58
  ext_node_path_78811c13["node:path"] --> node_validate_workflow_contracts_33dc063c_2f80e314
  ext_node_path_78811c13["node:path"] --> node_validator_1_0c0621d8_0e5afcb6
  ext_node_path_78811c13["node:path"] --> node_validator_2_744853f5_98bb2caf
  ext_node_path_78811c13["node:path"] --> node_validator_3_28b6e9f3_2ed5b007
  ext_node_path_78811c13["node:path"] --> node_validator_4_5180cf23_247c289b
  ext_node_path_78811c13["node:path"] --> node_validator_core_1_1518647e_d8d0b249
  ext_node_path_78811c13["node:path"] --> node_verify_coderabbit_490b4e71_8859655f
  ext_node_path_78811c13["node:path"] --> node_version_5ca4f385_fd75945b
  ext_node_path_78811c13["node:path"] --> node_version_coherence_69733bcb_00c8d5d9
  ext_node_path_78811c13["node:path"] --> node_workflow_generate_2fc0af62_803bbfeb
  ext_node_perf_hooks_906292ff["node:perf_hooks"] --> node_performance_overload_c685bfcf_291ef65a
  ext_node_process_00cdf119["node:process"] --> node_args_090772cf_1bac9202
  ext_node_process_00cdf119["node:process"] --> node_check_20f65c28_48d25399
  ext_node_process_00cdf119["node:process"] --> node_ci_migrate_core_7005b5af_7e295ae3
  ext_node_process_00cdf119["node:process"] --> node_ci_migrate_signing_2d82ac3f_9e5e8974
  ext_node_process_00cdf119["node:process"] --> node_cli_1_084e05fe_02d92b68
  ext_node_process_00cdf119["node:process"] --> node_contract_cc8321d6_c0e3de0f
  ext_node_process_00cdf119["node:process"] --> node_next_c6c1c9a9_040a8dbb
  ext_node_process_00cdf119["node:process"] --> node_next_runner_41643472_9b94424f
  ext_node_process_00cdf119["node:process"] --> node_performance_overload_c685bfcf_291ef65a
  ext_node_process_00cdf119["node:process"] --> node_pr_closeout_args_8164b0a8_2240b166
  ext_node_process_00cdf119["node:process"] --> node_runtime_card_args_2b3d4b28_5cfe029c
  ext_node_process_00cdf119["node:process"] --> node_upgrade_core_b759da40_eeec275b
  ext_node_readline_bb6096cc["node:readline"] --> node_eject_1_d0ecd4d1_ba72accc
  ext_node_url_d0cb3ad7["node:url"] --> node_ci_migrate_core_7005b5af_7e295ae3
  ext_node_url_d0cb3ad7["node:url"] --> node_cli_99bb8840_659774ba
  ext_node_url_d0cb3ad7["node:url"] --> node_coderabbit_csv_3ef61ffc_af2b743e
  ext_node_url_d0cb3ad7["node:url"] --> node_control_plane_core_db3b4cb2_27437a14
  ext_node_url_d0cb3ad7["node:url"] --> node_decision_packet_1_dd443771_92fa570e
  ext_node_url_d0cb3ad7["node:url"] --> node_gate_c974e17b_07549baf
  ext_node_url_d0cb3ad7["node:url"] --> node_health_core_2b2fdada_341de678
  ext_node_url_d0cb3ad7["node:url"] --> node_preset_resolver_dc3dd716_3f747c75
  ext_node_url_d0cb3ad7["node:url"] --> node_run_e2e_39efe696_fb07ee74
  ext_node_url_d0cb3ad7["node:url"] --> node_run_harness_evals_77704768_ba42904d
  ext_node_url_d0cb3ad7["node:url"] --> node_run_local_memory_preflight_36e92808_9841c57a
  ext_node_url_d0cb3ad7["node:url"] --> node_scaffold_ci_template_utils_1035b61c_0513532b
  ext_node_url_d0cb3ad7["node:url"] --> node_scaffold_governance_templates_5c949d24_3d624d65
  ext_node_url_d0cb3ad7["node:url"] --> node_scaffold_root_templates_61731280_c6c59378
  ext_node_url_d0cb3ad7["node:url"] --> node_scaffold_shell_templates_0ad0f915_ccc86664
  ext_node_url_d0cb3ad7["node:url"] --> node_scaffold_worktree_templates_66a38e9a_ff3c085c
  ext_node_url_d0cb3ad7["node:url"] --> node_test_harness_upgrade_matrix_84113c4e_e0838daa
  ext_node_url_d0cb3ad7["node:url"] --> node_ui_loop_internal_f2eb8892_c4b49e6a
  ext_node_url_d0cb3ad7["node:url"] --> node_version_5ca4f385_fd75945b
  ext_picomatch_2ebdbf14["picomatch"] --> node_detector_2_b0fc2f46_7ea6b320
  ext_picomatch_2ebdbf14["picomatch"] --> node_policy_823412d1_3bce1002
  ext_picomatch_2ebdbf14["picomatch"] --> node_resolver_439c3635_729842aa
  ext_picomatch_2ebdbf14["picomatch"] --> node_risk_tier_1_96b6ff91_19911c0e
  ext_semver_b4039641["semver"] --> node_check_environment_core_2c16213f_a8a456d9
  ext_semver_b4039641["semver"] --> node_doctor_tool_checks_4acac51a_9e791a28
  ext_semver_b4039641["semver"] --> node_migration_8a6cead4_3c3cc0a4
  ext_semver_b4039641["semver"] --> node_schema_migrate_c0646635_f0e7b25b
  ext_semver_b4039641["semver"] --> node_update_core_bced358c_b710dd59
  ext_semver_b4039641["semver"] --> node_upgrade_1_b277486e_4a06b7a8
  ext_semver_b4039641["semver"] --> node_validator_helpers_7b927667_8b691f8f
  ext_sqlite_vec_bae73cf2["sqlite-vec"] --> node_store_824d80d7_69038a3e
  ext_typescript_fb9da861["typescript"] --> node_check_code_size_9c5efc3a_154124ae
  ext_typescript_fb9da861["typescript"] --> node_check_public_api_docs_a9604f1b_f824853c
  ext_typescript_fb9da861["typescript"] --> node_check_self_affirming_tests_7638e575_c6155698
  ext_typescript_fb9da861["typescript"] --> node_source_outline_1_54a631fa_8582fb07
  ext_vitest_4c9cfa13["vitest"] --> node_vitest_e2e_config_4e2a61bc_3efa3f07
  style ext_better_sqlite3_d7ed8f1a fill:#f59e0b,color:#fff
  style ext_child_process_4845fa97 fill:#f59e0b,color:#fff
  style ext_diff_75a0ee1b fill:#f59e0b,color:#fff
  style ext_effect_68d1dae1 fill:#f59e0b,color:#fff
  style ext_fs_3f4bb586 fill:#f59e0b,color:#fff
  style ext_inquirer_prompts_4d547149 fill:#f59e0b,color:#fff
  style ext_lodash_901466a5 fill:#f59e0b,color:#fff
  style ext_node_child_process_f62b7d19 fill:#f59e0b,color:#fff
  style ext_node_crypto_c7dfc512 fill:#f59e0b,color:#fff
  style ext_node_dns_828a0bbf fill:#f59e0b,color:#fff
  style ext_node_fs_a15b7d96 fill:#f59e0b,color:#fff
  style ext_node_module_ca1b42af fill:#f59e0b,color:#fff
  style ext_node_os_d93fe73a fill:#f59e0b,color:#fff
  style ext_node_path_78811c13 fill:#f59e0b,color:#fff
  style ext_node_perf_hooks_906292ff fill:#f59e0b,color:#fff
  style ext_node_process_00cdf119 fill:#f59e0b,color:#fff
  style ext_node_readline_bb6096cc fill:#f59e0b,color:#fff
  style ext_node_url_d0cb3ad7 fill:#f59e0b,color:#fff
  style ext_octokit_plugin_retry_c9aecc53 fill:#f59e0b,color:#fff
  style ext_octokit_plugin_throttling_7909ece3 fill:#f59e0b,color:#fff
  style ext_octokit_request_error_98ae13cc fill:#f59e0b,color:#fff
  style ext_octokit_rest_c6e4d192 fill:#f59e0b,color:#fff
  style ext_picomatch_2ebdbf14 fill:#f59e0b,color:#fff
  style ext_semver_b4039641 fill:#f59e0b,color:#fff
  style ext_sqlite_vec_bae73cf2 fill:#f59e0b,color:#fff
  style ext_typescript_fb9da861 fill:#f59e0b,color:#fff
  style ext_vitest_4c9cfa13 fill:#f59e0b,color:#fff
